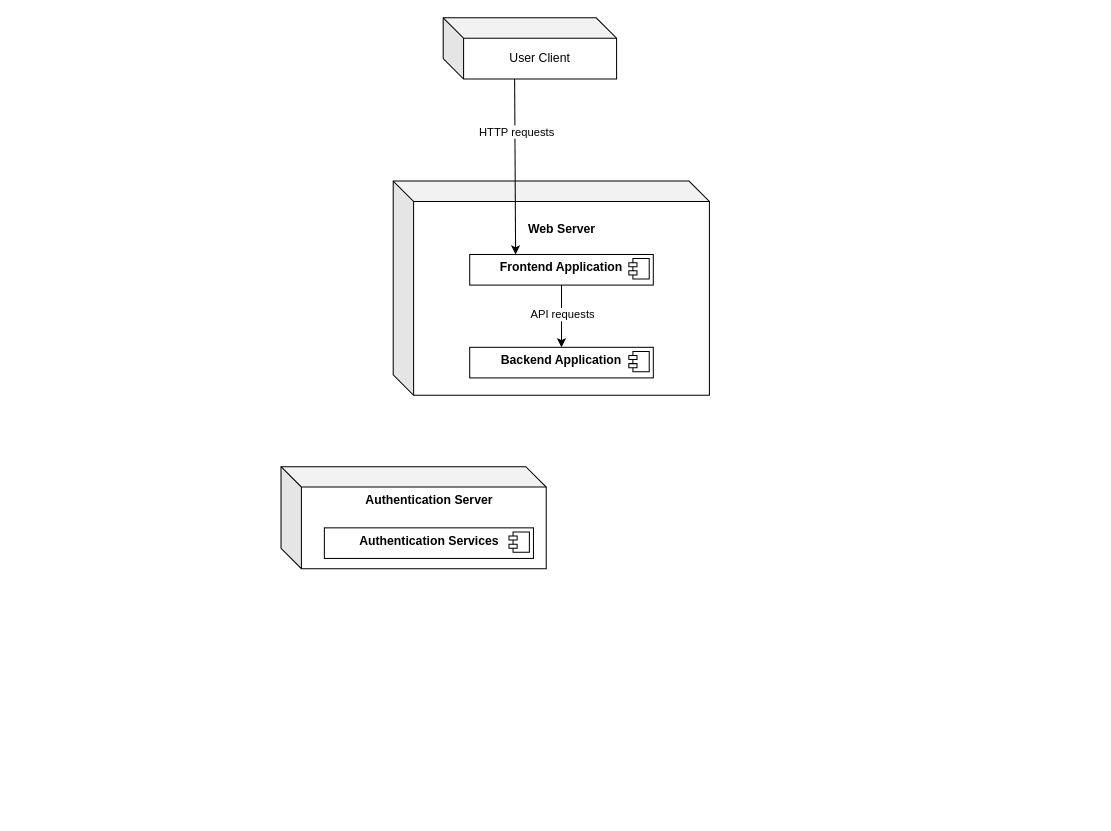
Above: Deployment Diagram.drawio in Harshul1484/BMP- (draw.io), before the change. Source tidied: cells renumbered, new cells numbered last; positions are measured from the earlier drawing's top-left corner, leaving out a move shared by most shapes. Both pictures are drawn from the tidied source at 102%, with x=0, y=0 at pixel (280, 17).
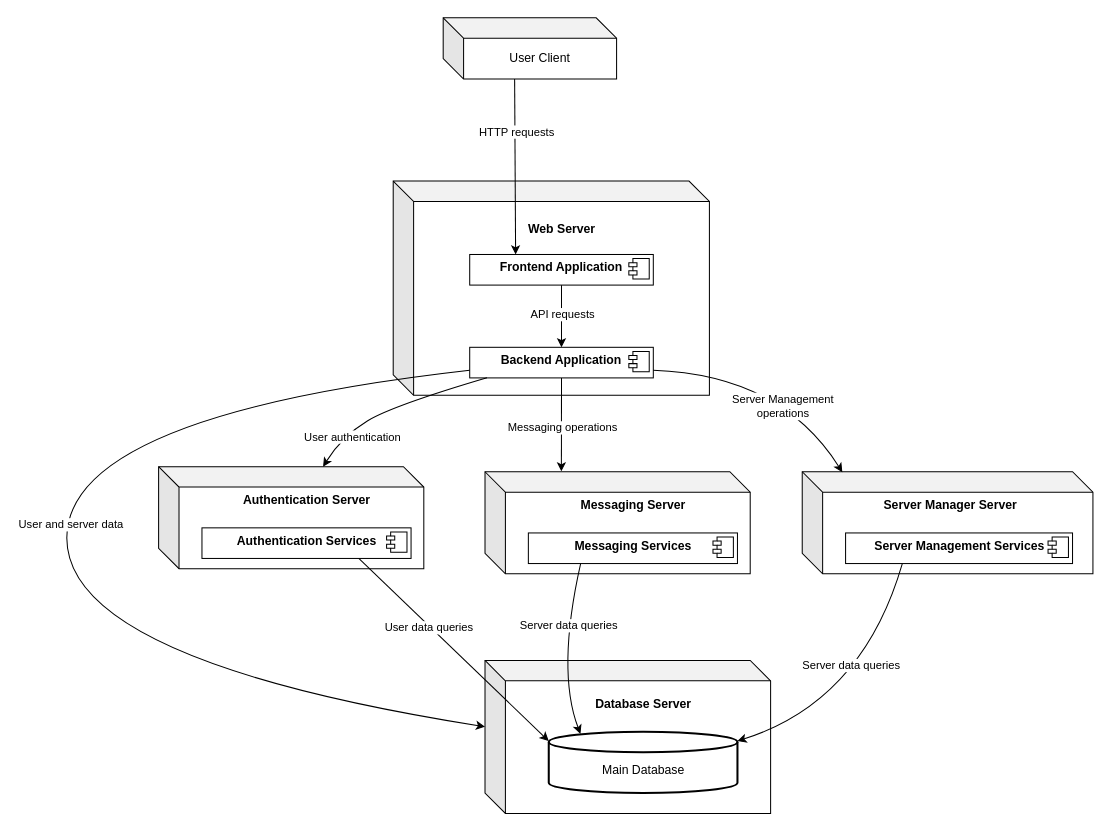
Above is the later version.

The change refers to these unchanged cells:
```xml
<mxCell id="8" value="&lt;p style=&quot;margin:0px;margin-top:6px;text-align:center;&quot;&gt;&lt;b&gt;Backend Application&lt;/b&gt;&lt;/p&gt;" style="align=left;overflow=fill;html=1;whiteSpace=wrap;" parent="1" vertex="1">
  <mxGeometry x="185" y="323" width="180" height="30" as="geometry" />
</mxCell>
```

Change to the diagram source:
```diff
@@
+    <mxCell id="17" style="group;" parent="1" vertex="1">
+      <mxGeometry x="-120" y="440" width="260" height="100" as="geometry" />
+    </mxCell>
-    <mxCell id="13" style="shape=cube;whiteSpace=wrap;html=1;boundedLbl=1;backgroundOutline=1;darkOpacity=0.05;darkOpacity2=0.1;" parent="1" vertex="1">
-      <mxGeometry y="440" width="260" height="100" as="geometry" />
+    <mxCell id="13" style="shape=cube;whiteSpace=wrap;html=1;boundedLbl=1;backgroundOutline=1;darkOpacity=0.05;darkOpacity2=0.1;" parent="17" vertex="1">
+      <mxGeometry width="260" height="100" as="geometry" />
     </mxCell>
-    <mxCell id="14" value="Authentication Server" style="text;align=center;fontStyle=1;verticalAlign=middle;spacingLeft=3;spacingRight=3;strokeColor=none;html=1;" parent="1" vertex="1">
-      <mxGeometry x="105" y="460" width="80" height="26" as="geometry" />
+    <mxCell id="14" value="Authentication Server" style="text;align=center;fontStyle=1;verticalAlign=middle;spacingLeft=3;spacingRight=3;strokeColor=none;html=1;" parent="17" vertex="1">
+      <mxGeometry x="105" y="20" width="80" height="26" as="geometry" />
     </mxCell>
-    <mxCell id="15" value="&lt;p style=&quot;text-align: center; margin: 6px 0px 0px;&quot;&gt;&lt;span style=&quot;font-weight: 700; text-wrap: nowrap;&quot;&gt;Authentication Services&lt;/span&gt;&lt;br&gt;&lt;/p&gt;" style="align=left;overflow=fill;html=1;whiteSpace=wrap;" parent="1" vertex="1">
-      <mxGeometry x="42.5" y="500" width="205" height="30" as="geometry" />
+    <mxCell id="15" value="&lt;p style=&quot;text-align: center; margin: 6px 0px 0px;&quot;&gt;&lt;span style=&quot;font-weight: 700; text-wrap: nowrap;&quot;&gt;Authentication Services&lt;/span&gt;&lt;br&gt;&lt;/p&gt;" style="align=left;overflow=fill;html=1;whiteSpace=wrap;" parent="17" vertex="1">
+      <mxGeometry x="42.5" y="60" width="205" height="30" as="geometry" />
     </mxCell>
@@
+    <mxCell id="18" style="group;" parent="1" vertex="1">
+      <mxGeometry x="200" y="445" width="260" height="100" as="geometry" />
+    </mxCell>
+    <mxCell id="19" style="shape=cube;whiteSpace=wrap;html=1;boundedLbl=1;backgroundOutline=1;darkOpacity=0.05;darkOpacity2=0.1;" parent="18" vertex="1">
+      <mxGeometry width="260" height="100" as="geometry" />
+    </mxCell>
+    <mxCell id="20" value="Messaging Server" style="text;align=center;fontStyle=1;verticalAlign=middle;spacingLeft=3;spacingRight=3;strokeColor=none;html=1;" parent="18" vertex="1">
+      <mxGeometry x="105" y="20" width="80" height="26" as="geometry" />
+    </mxCell>
+    <mxCell id="21" value="&lt;p style=&quot;text-align: center; margin: 6px 0px 0px;&quot;&gt;&lt;span style=&quot;font-weight: 700; text-wrap: nowrap; background-color: initial;&quot;&gt;Messaging &lt;/span&gt;&lt;span style=&quot;font-weight: 700; text-wrap: nowrap;&quot;&gt;Services&lt;/span&gt;&lt;br&gt;&lt;/p&gt;" style="align=left;overflow=fill;html=1;whiteSpace=wrap;" parent="18" vertex="1">
+      <mxGeometry x="42.5" y="60" width="205" height="30" as="geometry" />
+    </mxCell>
+    <mxCell id="22" style="shape=component;jettyWidth=8;jettyHeight=4;" parent="21" vertex="1">
+      <mxGeometry x="1" width="20" height="20" relative="1" as="geometry">
+        <mxPoint x="-24" y="4" as="offset" />
+      </mxGeometry>
+    </mxCell>
+    <mxCell id="23" style="group;" parent="1" vertex="1">
+      <mxGeometry x="511" y="445" width="285" height="100" as="geometry" />
+    </mxCell>
+    <mxCell id="24" style="shape=cube;whiteSpace=wrap;html=1;boundedLbl=1;backgroundOutline=1;darkOpacity=0.05;darkOpacity2=0.1;" parent="23" vertex="1">
+      <mxGeometry width="285" height="100" as="geometry" />
+    </mxCell>
+    <mxCell id="25" value="Server Manager Server" style="text;align=center;fontStyle=1;verticalAlign=middle;spacingLeft=3;spacingRight=3;strokeColor=none;html=1;" parent="23" vertex="1">
+      <mxGeometry x="105" y="20" width="80" height="26" as="geometry" />
+    </mxCell>
+    <mxCell id="26" value="&lt;p style=&quot;text-align: center; margin: 6px 0px 0px;&quot;&gt;&lt;span style=&quot;font-weight: 700; text-wrap: nowrap;&quot;&gt;Server Management Services&lt;/span&gt;&lt;br&gt;&lt;/p&gt;" style="align=left;overflow=fill;html=1;whiteSpace=wrap;" parent="23" vertex="1">
+      <mxGeometry x="42.5" y="60" width="222.5" height="30" as="geometry" />
+    </mxCell>
+    <mxCell id="27" style="shape=component;jettyWidth=8;jettyHeight=4;" parent="26" vertex="1">
+      <mxGeometry x="1" width="20" height="20" relative="1" as="geometry">
+        <mxPoint x="-24" y="4" as="offset" />
+      </mxGeometry>
+    </mxCell>
+    <mxCell id="28" style="shape=cube;whiteSpace=wrap;html=1;boundedLbl=1;backgroundOutline=1;darkOpacity=0.05;darkOpacity2=0.1;" parent="1" vertex="1">
+      <mxGeometry x="200" y="630" width="280" height="150" as="geometry" />
+    </mxCell>
+    <mxCell id="29" value="Database Server" style="text;align=center;fontStyle=1;verticalAlign=middle;spacingLeft=3;spacingRight=3;strokeColor=none;html=1;" parent="1" vertex="1">
+      <mxGeometry x="315" y="660" width="80" height="26" as="geometry" />
+    </mxCell>
+    <mxCell id="30" value="&lt;div&gt;&lt;br&gt;&lt;/div&gt;&lt;div&gt;Main Database&lt;/div&gt;" style="strokeWidth=2;html=1;shape=mxgraph.flowchart.database;whiteSpace=wrap;" parent="1" vertex="1">
+      <mxGeometry x="262.5" y="700" width="185" height="60" as="geometry" />
+    </mxCell>
+    <mxCell id="31" style="curved=1;endArrow=classic;html=1;rounded=0;exitX=0;exitY=0.75;exitDx=0;exitDy=0;entryX=0;entryY=0;entryDx=0;entryDy=65;entryPerimeter=0;" parent="1" edge="1" source="8" target="28">
+      <mxGeometry relative="1" as="geometry">
+        <Array as="points">
+          <mxPoint x="-210" y="390" />
+          <mxPoint x="-210" y="630" />
+        </Array>
+      </mxGeometry>
+    </mxCell>
+    <mxCell id="32" value="User and server data" style="edgeLabel;html=1;align=center;verticalAlign=middle;" parent="31" vertex="1">
+      <mxGeometry x="-0.04" y="3" relative="1" as="geometry">
+        <mxPoint y="-1" as="offset" />
+      </mxGeometry>
+    </mxCell>
+    <mxCell id="33" style="curved=1;endArrow=classic;html=1;rounded=0;exitX=0.094;exitY=0.997;exitDx=0;exitDy=0;exitPerimeter=0;" parent="1" edge="1" source="8" target="13">
+      <mxGeometry relative="1" as="geometry">
+        <Array as="points">
+          <mxPoint x="110" y="380" />
+          <mxPoint x="60" y="410" />
+        </Array>
+      </mxGeometry>
+    </mxCell>
+    <mxCell id="34" value="User authentication" style="edgeLabel;html=1;align=center;verticalAlign=middle;" parent="33" vertex="1">
+      <mxGeometry x="0.54" y="5" relative="1" as="geometry" />
+    </mxCell>
+    <mxCell id="35" style="endArrow=classic;html=1;rounded=0;exitX=0.5;exitY=1;exitDx=0;exitDy=0;entryX=0.288;entryY=-0.004;entryDx=0;entryDy=0;entryPerimeter=0;" parent="1" edge="1" source="8" target="19">
+      <mxGeometry relative="1" as="geometry" />
+    </mxCell>
+    <mxCell id="36" value="Messaging operations" style="edgeLabel;html=1;align=center;verticalAlign=middle;" parent="35" vertex="1">
+      <mxGeometry x="0.05" y="1" relative="1" as="geometry" />
+    </mxCell>
+    <mxCell id="37" style="curved=1;endArrow=classic;html=1;rounded=0;exitX=1;exitY=0.75;exitDx=0;exitDy=0;entryX=0.138;entryY=0.004;entryDx=0;entryDy=0;entryPerimeter=0;" parent="1" edge="1" source="8" target="24">
+      <mxGeometry relative="1" as="geometry">
+        <Array as="points">
+          <mxPoint x="490" y="350" />
+        </Array>
+      </mxGeometry>
+    </mxCell>
+    <mxCell id="38" value="Server Management&lt;div&gt;operations&lt;/div&gt;" style="edgeLabel;html=1;align=center;verticalAlign=middle;" parent="37" vertex="1">
+      <mxGeometry x="0.17" y="-20" relative="1" as="geometry">
+        <mxPoint x="11" y="8" as="offset" />
+      </mxGeometry>
+    </mxCell>
+    <mxCell id="39" style="endArrow=classic;html=1;rounded=0;exitX=0.75;exitY=1;exitDx=0;exitDy=0;entryX=0;entryY=0.15;entryDx=0;entryDy=0;entryPerimeter=0;" parent="1" edge="1" source="15" target="30">
+      <mxGeometry relative="1" as="geometry" />
+    </mxCell>
+    <mxCell id="40" value="User data queries" style="edgeLabel;html=1;align=center;verticalAlign=middle;" parent="39" vertex="1">
+      <mxGeometry x="-0.26" y="-1" relative="1" as="geometry" />
+    </mxCell>
+    <mxCell id="41" style="curved=1;endArrow=classic;html=1;rounded=0;exitX=0.25;exitY=1;exitDx=0;exitDy=0;entryX=0.168;entryY=0.033;entryDx=0;entryDy=0;entryPerimeter=0;" parent="1" edge="1" source="21" target="30">
+      <mxGeometry relative="1" as="geometry">
+        <Array as="points">
+          <mxPoint x="270" y="640" />
+        </Array>
+      </mxGeometry>
+    </mxCell>
+    <mxCell id="42" value="Server data queries" style="edgeLabel;html=1;align=center;verticalAlign=middle;" parent="41" vertex="1">
+      <mxGeometry x="-0.29" y="1" relative="1" as="geometry" />
+    </mxCell>
+    <mxCell id="43" style="curved=1;endArrow=classic;html=1;rounded=0;entryX=1;entryY=0.15;entryDx=0;entryDy=0;entryPerimeter=0;exitX=0.25;exitY=1;exitDx=0;exitDy=0;" parent="1" edge="1" source="26" target="30">
+      <mxGeometry relative="1" as="geometry">
+        <Array as="points">
+          <mxPoint x="570" y="670" />
+        </Array>
+      </mxGeometry>
+    </mxCell>
+    <mxCell id="44" value="Server data queries" style="edgeLabel;html=1;align=center;verticalAlign=middle;" parent="43" vertex="1">
+      <mxGeometry x="-0.18" y="-21" relative="1" as="geometry" />
+    </mxCell>
```
